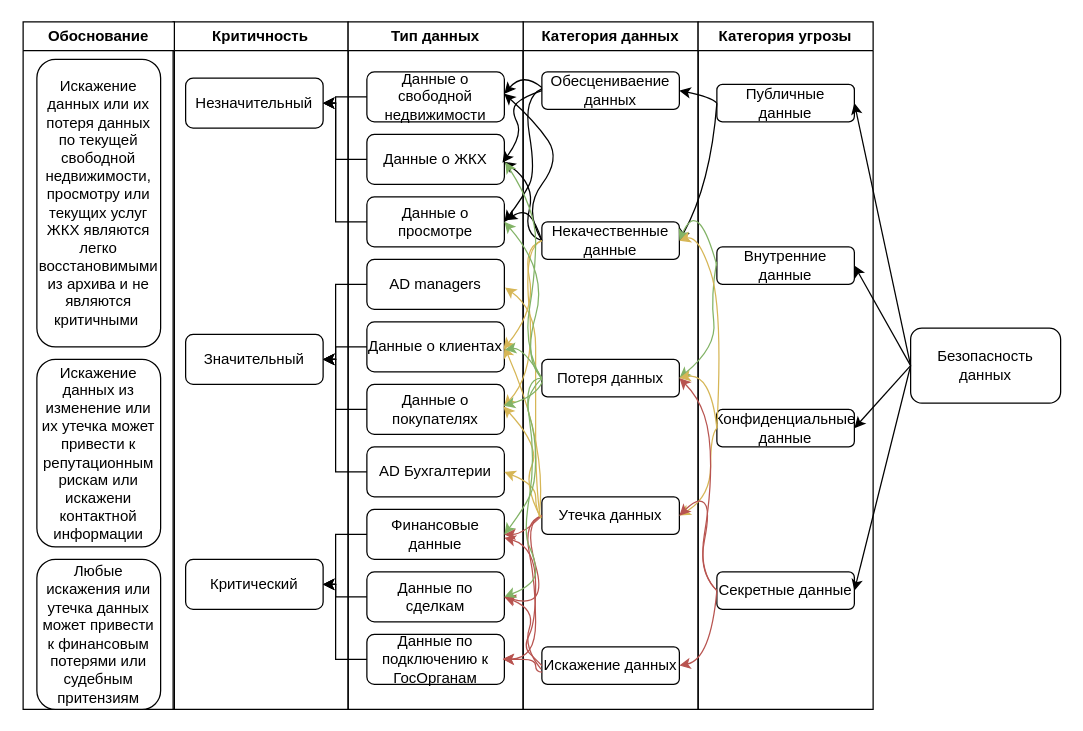
Above: Task1/mindmap.drawio in AlexanderTikhonovB/architecture-propdevelopment (draw.io), before the change. Source tidied: cells renumbered, new cells numbered last; positions are measured from the earlier drawing's top-left corner, leaving out a move shared by most shapes. Both pictures are drawn from the tidied source at 125%, with x=0, y=0 at pixel (22, 21).
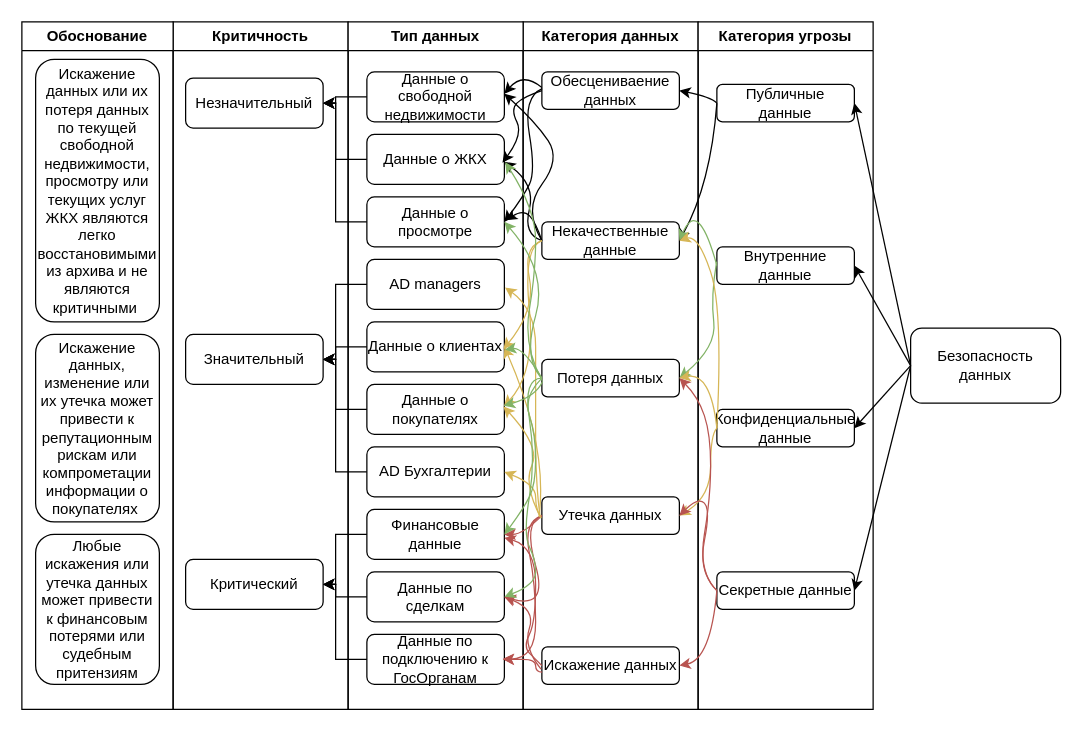
The same page after the edit.

What changed in the source:
```diff
@@
     <mxCell id="77" value="Обоснование" style="swimlane;whiteSpace=wrap;html=1;" parent="1" vertex="1">
-      <mxGeometry width="121" height="550" as="geometry" />
+      <mxGeometry x="-1" width="121" height="550" as="geometry" />
     </mxCell>
     <mxCell id="78" value="Искажение данных или их потеря данных по текущей свободной недвижимости, просмотру или текущих услуг ЖКХ являются легко восстановимыми из архива и не являются критичными&amp;nbsp;" style="rounded=1;whiteSpace=wrap;html=1;" parent="77" vertex="1">
-      <mxGeometry x="11" y="30" width="99" height="230" as="geometry" />
+      <mxGeometry x="11" y="30" width="99" height="210" as="geometry" />
     </mxCell>
-    <mxCell id="79" value="Искажение данных из изменение или их утечка может привести к репутационным рискам или искажени контактной информации" style="rounded=1;whiteSpace=wrap;html=1;" parent="77" vertex="1">
-      <mxGeometry x="11" y="270" width="99" height="150" as="geometry" />
+    <mxCell id="79" value="Искажение данных, изменение или их утечка может привести к репутационным рискам или компрометации информации о покупателях&amp;nbsp;" style="rounded=1;whiteSpace=wrap;html=1;" parent="77" vertex="1">
+      <mxGeometry x="11" y="250" width="99" height="150" as="geometry" />
     </mxCell>
     <mxCell id="80" value="Любые искажения или утечка данных может привести к финансовым потерями или судебным притензиям" style="rounded=1;whiteSpace=wrap;html=1;" parent="77" vertex="1">
-      <mxGeometry x="11" y="430" width="99" height="120" as="geometry" />
+      <mxGeometry x="11" y="410" width="99" height="120" as="geometry" />
     </mxCell>
```
